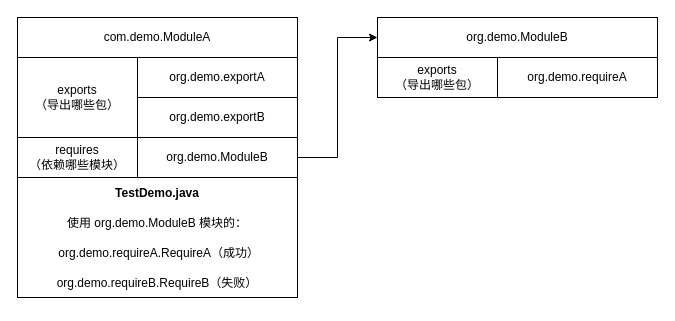
Earlier version of the draw.io diagram Java 9 新特性：模块化/Java 9 新特性：模块化.drawio (zero-97/picture-of-the-article). Source tidied: cells renumbered, new cells numbered last; positions are measured from the earlier drawing's top-left corner, leaving out a move shared by most shapes. Both pictures are drawn from the tidied source at 100%, with x=0, y=0 at pixel (17, 17).
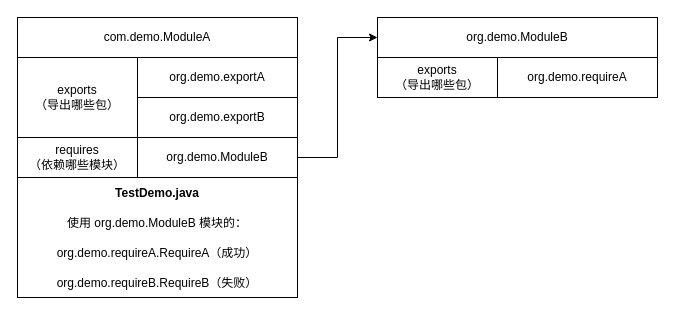
The same page after the edit.

Commit message (it also covers changes not shown here):
Update Java 9 新特性：模块化.drawio

Change to the diagram source:
```diff
@@
 <mxGraphModel>
   <root>
     <mxCell id="0" />
     <mxCell id="1" parent="0" />
     <mxCell id="2" value="com.demo.ModuleA" style="rounded=0;whiteSpace=wrap;html=1;" parent="1" vertex="1">
       <mxGeometry width="280" height="40" as="geometry" />
     </mxCell>
     <mxCell id="3" value="org.demo.ModuleB" style="rounded=0;whiteSpace=wrap;html=1;" parent="1" vertex="1">
       <mxGeometry x="360" width="280" height="40" as="geometry" />
     </mxCell>
     <mxCell id="4" value="exports&lt;br&gt;（导出哪些包）" style="rounded=0;whiteSpace=wrap;html=1;" parent="1" vertex="1">
       <mxGeometry x="360" y="40" width="120" height="40" as="geometry" />
     </mxCell>
     <mxCell id="5" value="&lt;span&gt;org.demo.requireA&lt;/span&gt;" style="rounded=0;whiteSpace=wrap;html=1;" parent="1" vertex="1">
       <mxGeometry x="480" y="40" width="160" height="40" as="geometry" />
     </mxCell>
     <mxCell id="6" value="exports&lt;br&gt;（导出哪些包）" style="rounded=0;whiteSpace=wrap;html=1;" parent="1" vertex="1">
       <mxGeometry y="40" width="120" height="80" as="geometry" />
     </mxCell>
     <mxCell id="7" value="&lt;span&gt;org.demo.exportA&lt;/span&gt;" style="rounded=0;whiteSpace=wrap;html=1;" parent="1" vertex="1">
       <mxGeometry x="120" y="40" width="160" height="40" as="geometry" />
     </mxCell>
     <mxCell id="8" value="&lt;span&gt;org.demo.exportB&lt;/span&gt;" style="rounded=0;whiteSpace=wrap;html=1;" parent="1" vertex="1">
       <mxGeometry x="120" y="80" width="160" height="40" as="geometry" />
     </mxCell>
     <mxCell id="9" value="requires&lt;br&gt;（依赖哪些模块）" style="rounded=0;whiteSpace=wrap;html=1;" parent="1" vertex="1">
       <mxGeometry y="120" width="120" height="40" as="geometry" />
     </mxCell>
     <mxCell id="10" style="edgeStyle=orthogonalEdgeStyle;rounded=0;jettySize=auto;html=1;entryX=0;entryY=0.5;entryDx=0;entryDy=0;" parent="1" edge="1" source="11" target="3">
       <mxGeometry relative="1" as="geometry" />
     </mxCell>
     <mxCell id="11" value="org.demo.ModuleB" style="rounded=0;whiteSpace=wrap;html=1;" parent="1" vertex="1">
       <mxGeometry x="120" y="120" width="160" height="40" as="geometry" />
     </mxCell>
-    <mxCell id="12" value="&lt;p style=&quot;line-height: 1.5&quot;&gt;&lt;b&gt;TestDemo.java&lt;/b&gt;&lt;/p&gt;&lt;p style=&quot;line-height: 1.5&quot;&gt;使用 org.demo.ModuleB 模块的：&lt;/p&gt;&lt;p style=&quot;line-height: 1.5&quot;&gt;&lt;span&gt;&amp;nbsp;org.demo.requireA.RequireA（成功）&lt;/span&gt;&lt;/p&gt;&lt;p style=&quot;line-height: 1.5&quot;&gt;org.demo.requireB.RequireB（失败）&lt;/p&gt;" style="rounded=0;whiteSpace=wrap;html=1;" parent="1" vertex="1">
+    <mxCell id="12" value="&lt;p style=&quot;line-height: 1.5&quot;&gt;&lt;b&gt;TestDemo.java&lt;/b&gt;&lt;/p&gt;&lt;p style=&quot;line-height: 1.5&quot;&gt;使用 org.demo.ModuleB 模块的：&lt;/p&gt;&lt;p style=&quot;line-height: 1.5&quot;&gt;&lt;span&gt;org.demo.requireA.RequireA（成功）&lt;/span&gt;&lt;/p&gt;&lt;p style=&quot;line-height: 1.5&quot;&gt;org.demo.requireB.RequireB（失败）&lt;/p&gt;" style="rounded=0;whiteSpace=wrap;html=1;" parent="1" vertex="1">
       <mxGeometry y="160" width="280" height="120" as="geometry" />
     </mxCell>
   </root>
 </mxGraphModel>
```
